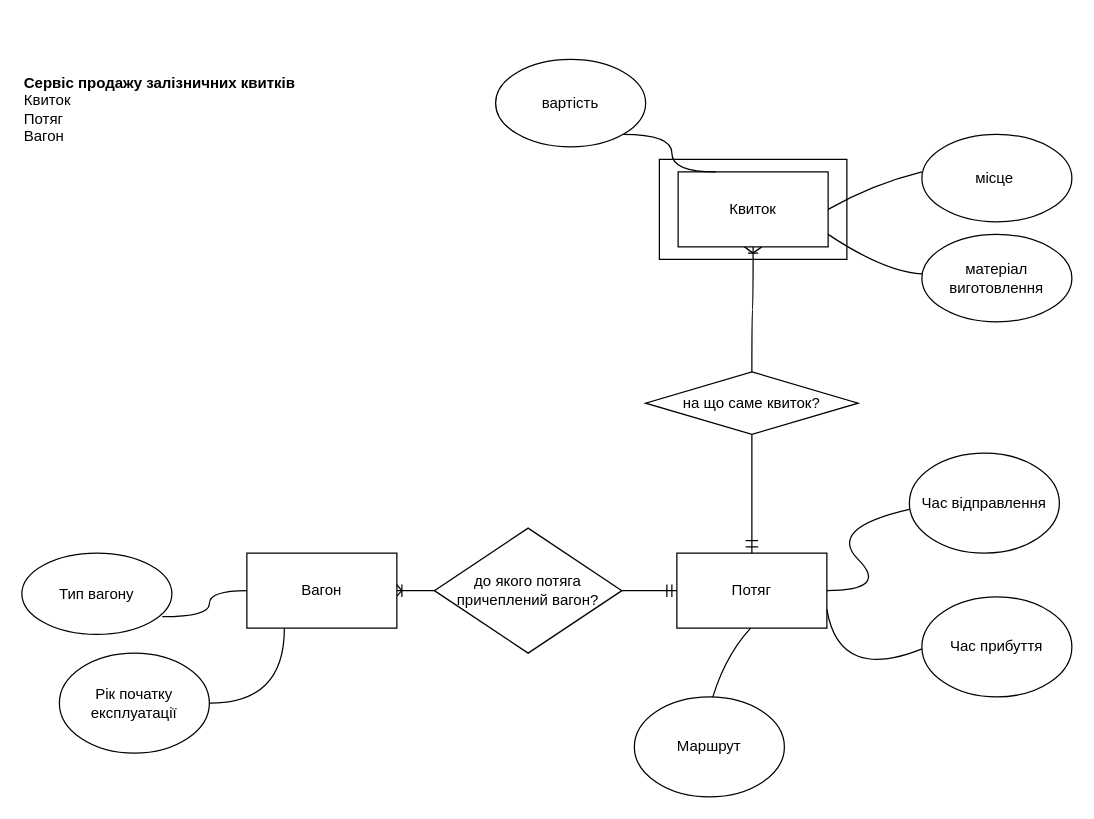
This is lab_1/ER_diagram.drawio from illya-U/bd_lab_2022, a draw.io file, before an edit. Source tidied: cells renumbered, new cells numbered last; positions are measured from the earlier drawing's top-left corner, leaving out a move shared by most shapes. Both pictures are drawn from the tidied source at 125%, with x=0, y=0 at pixel (21, 59).
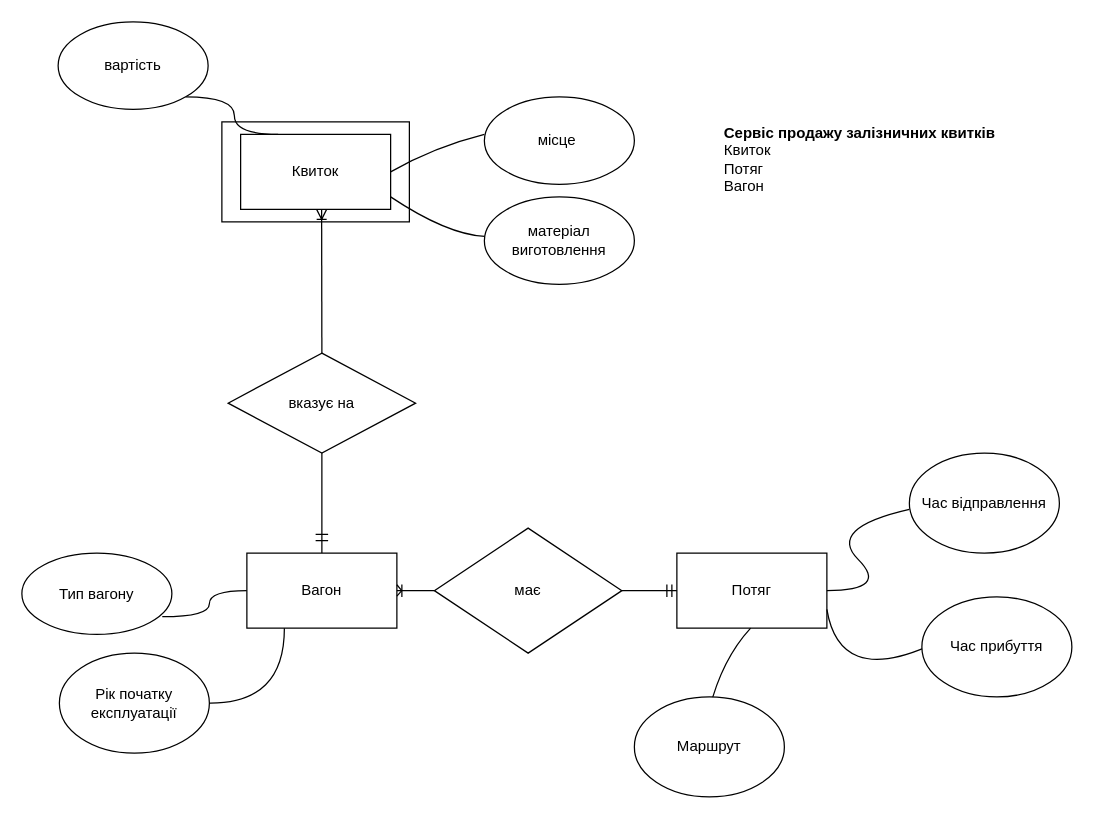
The same diagram, later.

The change refers to these unchanged cells:
```xml
<mxCell id="25" value="Вагон" style="rounded=0;whiteSpace=wrap;html=1;" parent="1" vertex="1">
  <mxGeometry x="180" y="395" width="120" height="60" as="geometry" />
</mxCell>
```

Diff of the diagram source:
```diff
@@
     <mxCell id="2" style="rounded=0;whiteSpace=wrap;html=1;" parent="1" vertex="1">
-      <mxGeometry x="510" y="80" width="150" height="80" as="geometry" />
+      <mxGeometry x="160" y="50" width="150" height="80" as="geometry" />
     </mxCell>
@@
-    <mxCell id="8" style="endArrow=none;html=1;shadow=0;startSize=0;endSize=0;curved=1;" parent="1" edge="1" target="10">
-      <mxGeometry relative="1" as="geometry">
-        <mxPoint x="584" y="395" as="sourcePoint" />
-      </mxGeometry>
-    </mxCell>
-    <mxCell id="9" style="edgeStyle=orthogonalEdgeStyle;curved=1;jettySize=auto;html=1;exitX=0.5;exitY=0;exitDx=0;exitDy=0;entryX=0.5;entryY=1;entryDx=0;entryDy=0;shadow=0;startArrow=none;startFill=0;endArrow=none;endFill=0;startSize=0;endSize=0;" parent="1" edge="1" source="10" target="16">
-      <mxGeometry relative="1" as="geometry">
-        <Array as="points">
-          <mxPoint x="584" y="200" />
-          <mxPoint x="585" y="200" />
-        </Array>
-      </mxGeometry>
-    </mxCell>
-    <mxCell id="10" value="на що саме квиток?" style="rhombus;whiteSpace=wrap;html=1;" parent="1" vertex="1">
-      <mxGeometry x="499" y="250" width="170" height="50" as="geometry" />
-    </mxCell>
-    <mxCell id="11" style="endArrow=none;html=1;shadow=0;startSize=0;endSize=0;curved=1;" parent="1" edge="1">
-      <mxGeometry relative="1" as="geometry">
-        <mxPoint x="579" y="390" as="sourcePoint" />
-        <mxPoint x="589" y="390" as="targetPoint" />
-      </mxGeometry>
-    </mxCell>
-    <mxCell id="12" style="endArrow=none;html=1;shadow=0;startSize=0;endSize=0;curved=1;" parent="1" edge="1">
-      <mxGeometry relative="1" as="geometry">
-        <mxPoint x="579" y="385" as="sourcePoint" />
-        <mxPoint x="589" y="385" as="targetPoint" />
-      </mxGeometry>
-    </mxCell>
-    <mxCell id="13" style="endArrow=none;html=1;shadow=0;startSize=0;endSize=0;curved=1;exitX=0.5;exitY=0;exitDx=0;exitDy=0;entryX=0.443;entryY=-0.001;entryDx=0;entryDy=0;entryPerimeter=0;" parent="1" edge="1">
-      <mxGeometry relative="1" as="geometry">
-        <mxPoint x="578.1" y="150" as="sourcePoint" />
-        <mxPoint x="584.9" y="155" as="targetPoint" />
-      </mxGeometry>
-    </mxCell>
-    <mxCell id="14" style="endArrow=none;html=1;shadow=0;startSize=0;endSize=0;curved=1;exitX=0.443;exitY=-0.001;exitDx=0;exitDy=0;exitPerimeter=0;" parent="1" edge="1">
-      <mxGeometry relative="1" as="geometry">
-        <mxPoint x="584.9" y="155" as="sourcePoint" />
-        <mxPoint x="591.9" y="150" as="targetPoint" />
-      </mxGeometry>
-    </mxCell>
-    <mxCell id="15" style="endArrow=none;html=1;shadow=0;startSize=0;endSize=0;curved=1;" parent="1" edge="1">
-      <mxGeometry relative="1" as="geometry">
-        <mxPoint x="580.9" y="155" as="sourcePoint" />
-        <mxPoint x="589.1" y="155" as="targetPoint" />
-      </mxGeometry>
-    </mxCell>
     <mxCell id="16" value="Квиток" style="rounded=0;whiteSpace=wrap;html=1;" parent="1" vertex="1">
-      <mxGeometry x="525" y="90" width="120" height="60" as="geometry" />
+      <mxGeometry x="175" y="60" width="120" height="60" as="geometry" />
     </mxCell>
     <mxCell id="17" style="endArrow=none;html=1;shadow=0;startSize=0;endSize=0;curved=1;" parent="1" edge="1">
       <mxGeometry relative="1" as="geometry">
-        <mxPoint x="645" y="120" as="sourcePoint" />
-        <mxPoint x="720" y="90" as="targetPoint" />
+        <mxPoint x="295" y="90" as="sourcePoint" />
+        <mxPoint x="370" y="60" as="targetPoint" />
         <Array as="points">
-          <mxPoint x="680" y="100" />
+          <mxPoint x="330" y="70" />
         </Array>
       </mxGeometry>
     </mxCell>
     <mxCell id="18" value="місце&amp;nbsp;" style="ellipse;whiteSpace=wrap;html=1;" parent="1" vertex="1">
-      <mxGeometry x="720" y="60" width="120" height="70" as="geometry" />
+      <mxGeometry x="370" y="30" width="120" height="70" as="geometry" />
     </mxCell>
     <mxCell id="19" style="endArrow=none;html=1;shadow=0;startSize=0;endSize=0;curved=1;" parent="1" edge="1" target="20">
       <mxGeometry relative="1" as="geometry">
-        <mxPoint x="645" y="140" as="sourcePoint" />
+        <mxPoint x="295" y="110" as="sourcePoint" />
         <Array as="points">
-          <mxPoint x="690" y="170" />
+          <mxPoint x="340" y="140" />
         </Array>
       </mxGeometry>
     </mxCell>
     <mxCell id="20" value="матеріал виготовлення" style="ellipse;whiteSpace=wrap;html=1;" parent="1" vertex="1">
-      <mxGeometry x="720" y="140" width="120" height="70" as="geometry" />
+      <mxGeometry x="370" y="110" width="120" height="70" as="geometry" />
     </mxCell>
     <mxCell id="21" style="edgeStyle=orthogonalEdgeStyle;curved=1;jettySize=auto;html=1;entryX=0.25;entryY=0;entryDx=0;entryDy=0;shadow=0;startArrow=none;startFill=0;endArrow=none;endFill=0;startSize=0;endSize=0;" parent="1" edge="1" source="22" target="16">
       <mxGeometry relative="1" as="geometry">
         <Array as="points">
-          <mxPoint x="520" y="60" />
-          <mxPoint x="520" y="90" />
+          <mxPoint x="170" y="30" />
+          <mxPoint x="170" y="60" />
         </Array>
       </mxGeometry>
     </mxCell>
     <mxCell id="22" value="вартість" style="ellipse;whiteSpace=wrap;html=1;" parent="1" vertex="1">
-      <mxGeometry x="379" width="120" height="70" as="geometry" />
+      <mxGeometry x="29" y="-30" width="120" height="70" as="geometry" />
     </mxCell>
@@
+    <mxCell id="39" style="edgeStyle=none;rounded=0;comic=0;jettySize=auto;html=1;exitX=0.5;exitY=0;exitDx=0;exitDy=0;shadow=0;startArrow=none;startFill=0;endArrow=none;endFill=0;startSize=0;endSize=0;" parent="1" edge="1" source="25">
+      <mxGeometry relative="1" as="geometry">
+        <mxPoint x="240" y="310" as="targetPoint" />
+      </mxGeometry>
+    </mxCell>
@@
-    <mxCell id="31" value="до якого потяга причеплений вагон?" style="rhombus;whiteSpace=wrap;html=1;" parent="1" vertex="1">
+    <mxCell id="31" value="має" style="rhombus;whiteSpace=wrap;html=1;" parent="1" vertex="1">
       <mxGeometry x="330" y="375" width="150" height="100" as="geometry" />
     </mxCell>
@@
+    <mxCell id="40" style="endArrow=none;html=1;shadow=0;startSize=0;endSize=0;curved=1;" parent="1" edge="1">
+      <mxGeometry relative="1" as="geometry">
+        <mxPoint x="235" y="385" as="sourcePoint" />
+        <mxPoint x="245" y="385" as="targetPoint" />
+      </mxGeometry>
+    </mxCell>
+    <mxCell id="41" style="endArrow=none;html=1;shadow=0;startSize=0;endSize=0;curved=1;" parent="1" edge="1">
+      <mxGeometry relative="1" as="geometry">
+        <mxPoint x="235" y="380" as="sourcePoint" />
+        <mxPoint x="245" y="380" as="targetPoint" />
+      </mxGeometry>
+    </mxCell>
+    <mxCell id="42" value="вказує на" style="rhombus;whiteSpace=wrap;html=1;" parent="1" vertex="1">
+      <mxGeometry x="165" y="235" width="150" height="80" as="geometry" />
+    </mxCell>
@@
     <mxCell id="36" value="&lt;b&gt;Сервіс продажу залізничних квитків&lt;/b&gt;&lt;br&gt;Квиток&lt;br&gt;Потяг&lt;br&gt;Вагон" style="text;html=1;strokeColor=none;fillColor=none;align=left;verticalAlign=middle;whiteSpace=wrap;rounded=0;" parent="1" vertex="1">
-      <mxGeometry width="220" height="80" as="geometry" />
+      <mxGeometry x="560" y="40" width="220" height="80" as="geometry" />
     </mxCell>
@@
+    <mxCell id="43" style="edgeStyle=orthogonalEdgeStyle;curved=1;jettySize=auto;html=1;entryX=1;entryY=0.5;entryDx=0;entryDy=0;startArrow=none;startFill=0;endArrow=ERoneToMany;endFill=0;" parent="1" edge="1" source="42">
+      <mxGeometry relative="1" as="geometry">
+        <mxPoint x="239.8" y="120" as="targetPoint" />
+      </mxGeometry>
+    </mxCell>
```
